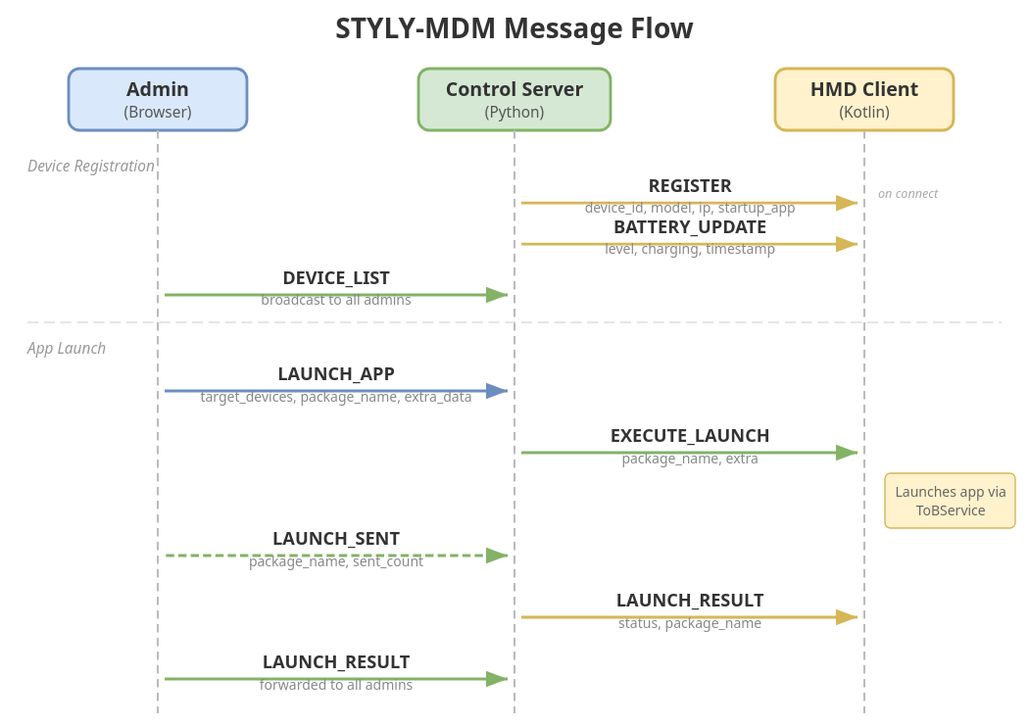
Above: docs/message-flow.drawio.svg in styly-dev/STYLY-MDM (draw.io), before the change. Source tidied: cells renumbered, new cells last; positions are measured from the earlier drawing's top-left corner, leaving out a move shared by most shapes. The source it was exported from:
```xml
<mxGraphModel>
  <root>
    <mxCell id="0" />
    <mxCell id="1" parent="0" />
    <mxCell id="2" value="&lt;font style=&quot;font-size:16px&quot;&gt;&lt;b&gt;STYLY-MDM Message Flow&lt;/b&gt;&lt;/font&gt;" style="text;html=1;align=center;verticalAlign=middle;" parent="1" vertex="1">
      <mxGeometry x="240" width="250" height="30" as="geometry" />
    </mxCell>
    <mxCell id="3" value="&lt;b&gt;Admin&lt;/b&gt;&lt;br&gt;(Browser)" style="rounded=1;whiteSpace=wrap;html=1;fillColor=#dae8fc;strokeColor=#6c8ebf;" parent="1" vertex="1">
      <mxGeometry x="50" y="40" width="120" height="50" as="geometry" />
    </mxCell>
    <mxCell id="4" value="&lt;b&gt;Control Server&lt;/b&gt;&lt;br&gt;(Python)" style="rounded=1;whiteSpace=wrap;html=1;fillColor=#d5e8d4;strokeColor=#82b366;" parent="1" vertex="1">
      <mxGeometry x="300" y="40" width="130" height="50" as="geometry" />
    </mxCell>
    <mxCell id="5" value="&lt;b&gt;HMD Client&lt;/b&gt;&lt;br&gt;(Kotlin)" style="rounded=1;whiteSpace=wrap;html=1;fillColor=#fff2cc;strokeColor=#d6b656;" parent="1" vertex="1">
      <mxGeometry x="560" y="40" width="120" height="50" as="geometry" />
    </mxCell>
    <mxCell id="6" style="endArrow=none;dashed=1;dashPattern=4 4;strokeColor=#999999;" parent="1" edge="1">
      <mxGeometry relative="1" as="geometry">
        <mxPoint x="110" y="90" as="sourcePoint" />
        <mxPoint x="110" y="510" as="targetPoint" />
      </mxGeometry>
    </mxCell>
    <mxCell id="7" style="endArrow=none;dashed=1;dashPattern=4 4;strokeColor=#999999;" parent="1" edge="1">
      <mxGeometry relative="1" as="geometry">
        <mxPoint x="365" y="90" as="sourcePoint" />
        <mxPoint x="365" y="510" as="targetPoint" />
      </mxGeometry>
    </mxCell>
    <mxCell id="8" style="endArrow=none;dashed=1;dashPattern=4 4;strokeColor=#999999;" parent="1" edge="1">
      <mxGeometry relative="1" as="geometry">
        <mxPoint x="620" y="90" as="sourcePoint" />
        <mxPoint x="620" y="510" as="targetPoint" />
      </mxGeometry>
    </mxCell>
    <mxCell id="9" value="&lt;i&gt;Device Registration&lt;/i&gt;" style="text;html=1;align=left;verticalAlign=middle;fontColor=#888888;fontSize=10;" parent="1" vertex="1">
      <mxGeometry y="110" width="130" height="20" as="geometry" />
    </mxCell>
    <mxCell id="10" style="endArrow=block;endFill=1;strokeWidth=2;strokeColor=#d6b656;" parent="1" edge="1">
      <mxGeometry relative="1" as="geometry">
        <mxPoint x="620" y="140" as="sourcePoint" />
        <mxPoint x="365" y="140" as="targetPoint" />
      </mxGeometry>
    </mxCell>
    <mxCell id="11" value="&lt;b&gt;REGISTER&lt;/b&gt;&lt;br&gt;&lt;font style=&quot;font-size:9px;color:#666&quot;&gt;device_id, model, ip&lt;/font&gt;" style="edgeLabel;html=1;align=center;verticalAlign=bottom;" parent="10" vertex="1">
      <mxGeometry x="0.1" relative="1" as="geometry">
        <mxPoint y="-5" as="offset" />
      </mxGeometry>
    </mxCell>
    <mxCell id="12" value="on connect" style="text;html=1;align=left;verticalAlign=middle;fontColor=#999999;fontSize=9;fontStyle=2;" parent="1" vertex="1">
      <mxGeometry x="630" y="130" width="80" height="20" as="geometry" />
    </mxCell>
    <mxCell id="13" style="endArrow=block;endFill=1;strokeWidth=2;strokeColor=#82b366;" parent="1" edge="1">
      <mxGeometry relative="1" as="geometry">
        <mxPoint x="365" y="180" as="sourcePoint" />
        <mxPoint x="110" y="180" as="targetPoint" />
      </mxGeometry>
    </mxCell>
    <mxCell id="14" value="&lt;b&gt;DEVICE_LIST&lt;/b&gt;&lt;br&gt;&lt;font style=&quot;font-size:9px;color:#666&quot;&gt;broadcast to all admins&lt;/font&gt;" style="edgeLabel;html=1;align=center;verticalAlign=bottom;" parent="13" vertex="1">
      <mxGeometry x="0.1" relative="1" as="geometry">
        <mxPoint y="-5" as="offset" />
      </mxGeometry>
    </mxCell>
    <mxCell id="15" style="endArrow=none;dashed=1;dashPattern=8 4;strokeColor=#CCCCCC;" parent="1" edge="1">
      <mxGeometry relative="1" as="geometry">
        <mxPoint x="20" y="220" as="sourcePoint" />
        <mxPoint x="710" y="220" as="targetPoint" />
      </mxGeometry>
    </mxCell>
    <mxCell id="16" value="&lt;i&gt;App Launch&lt;/i&gt;" style="text;html=1;align=left;verticalAlign=middle;fontColor=#888888;fontSize=10;" parent="1" vertex="1">
      <mxGeometry y="230" width="130" height="20" as="geometry" />
    </mxCell>
    <mxCell id="17" style="endArrow=block;endFill=1;strokeWidth=2;strokeColor=#6c8ebf;" parent="1" edge="1">
      <mxGeometry relative="1" as="geometry">
        <mxPoint x="110" y="265" as="sourcePoint" />
        <mxPoint x="365" y="265" as="targetPoint" />
      </mxGeometry>
    </mxCell>
    <mxCell id="18" value="&lt;b&gt;LAUNCH_APP&lt;/b&gt;&lt;br&gt;&lt;font style=&quot;font-size:9px;color:#666&quot;&gt;target_devices, package_name, extra_data&lt;/font&gt;" style="edgeLabel;html=1;align=center;verticalAlign=bottom;" parent="17" vertex="1">
      <mxGeometry x="-0.1" relative="1" as="geometry">
        <mxPoint y="-5" as="offset" />
      </mxGeometry>
    </mxCell>
    <mxCell id="19" style="endArrow=block;endFill=1;strokeWidth=2;strokeColor=#82b366;" parent="1" edge="1">
      <mxGeometry relative="1" as="geometry">
        <mxPoint x="365" y="310" as="sourcePoint" />
        <mxPoint x="620" y="310" as="targetPoint" />
      </mxGeometry>
    </mxCell>
    <mxCell id="20" value="&lt;b&gt;EXECUTE_LAUNCH&lt;/b&gt;&lt;br&gt;&lt;font style=&quot;font-size:9px;color:#666&quot;&gt;package_name, extra&lt;/font&gt;" style="edgeLabel;html=1;align=center;verticalAlign=bottom;" parent="19" vertex="1">
      <mxGeometry x="-0.1" relative="1" as="geometry">
        <mxPoint y="-5" as="offset" />
      </mxGeometry>
    </mxCell>
    <mxCell id="21" value="Launches app via&lt;br&gt;ToBService" style="shape=note;whiteSpace=wrap;html=1;size=14;fillColor=#fff2cc;strokeColor=#d6b656;fontSize=10;align=center;" parent="1" vertex="1">
      <mxGeometry x="640" y="325" width="100" height="45" as="geometry" />
    </mxCell>
    <mxCell id="22" style="endArrow=block;endFill=1;strokeWidth=2;strokeColor=#82b366;dashed=1;" parent="1" edge="1">
      <mxGeometry relative="1" as="geometry">
        <mxPoint x="365" y="385" as="sourcePoint" />
        <mxPoint x="110" y="385" as="targetPoint" />
      </mxGeometry>
    </mxCell>
    <mxCell id="23" value="&lt;b&gt;LAUNCH_SENT&lt;/b&gt;&lt;br&gt;&lt;font style=&quot;font-size:9px;color:#666&quot;&gt;package_name, sent_count&lt;/font&gt;" style="edgeLabel;html=1;align=center;verticalAlign=bottom;" parent="22" vertex="1">
      <mxGeometry x="0.1" relative="1" as="geometry">
        <mxPoint y="-5" as="offset" />
      </mxGeometry>
    </mxCell>
    <mxCell id="24" style="endArrow=block;endFill=1;strokeWidth=2;strokeColor=#d6b656;" parent="1" edge="1">
      <mxGeometry relative="1" as="geometry">
        <mxPoint x="620" y="430" as="sourcePoint" />
        <mxPoint x="365" y="430" as="targetPoint" />
      </mxGeometry>
    </mxCell>
    <mxCell id="25" value="&lt;b&gt;LAUNCH_RESULT&lt;/b&gt;&lt;br&gt;&lt;font style=&quot;font-size:9px;color:#666&quot;&gt;status, package_name&lt;/font&gt;" style="edgeLabel;html=1;align=center;verticalAlign=bottom;" parent="24" vertex="1">
      <mxGeometry x="0.1" relative="1" as="geometry">
        <mxPoint y="-5" as="offset" />
      </mxGeometry>
    </mxCell>
    <mxCell id="26" style="endArrow=block;endFill=1;strokeWidth=2;strokeColor=#82b366;" parent="1" edge="1">
      <mxGeometry relative="1" as="geometry">
        <mxPoint x="365" y="470" as="sourcePoint" />
        <mxPoint x="110" y="470" as="targetPoint" />
      </mxGeometry>
    </mxCell>
    <mxCell id="27" value="&lt;b&gt;LAUNCH_RESULT&lt;/b&gt;&lt;br&gt;&lt;font style=&quot;font-size:9px;color:#666&quot;&gt;forwarded to all admins&lt;/font&gt;" style="edgeLabel;html=1;align=center;verticalAlign=bottom;" parent="26" vertex="1">
      <mxGeometry x="0.1" relative="1" as="geometry">
        <mxPoint y="-5" as="offset" />
      </mxGeometry>
    </mxCell>
  </root>
</mxGraphModel>
```
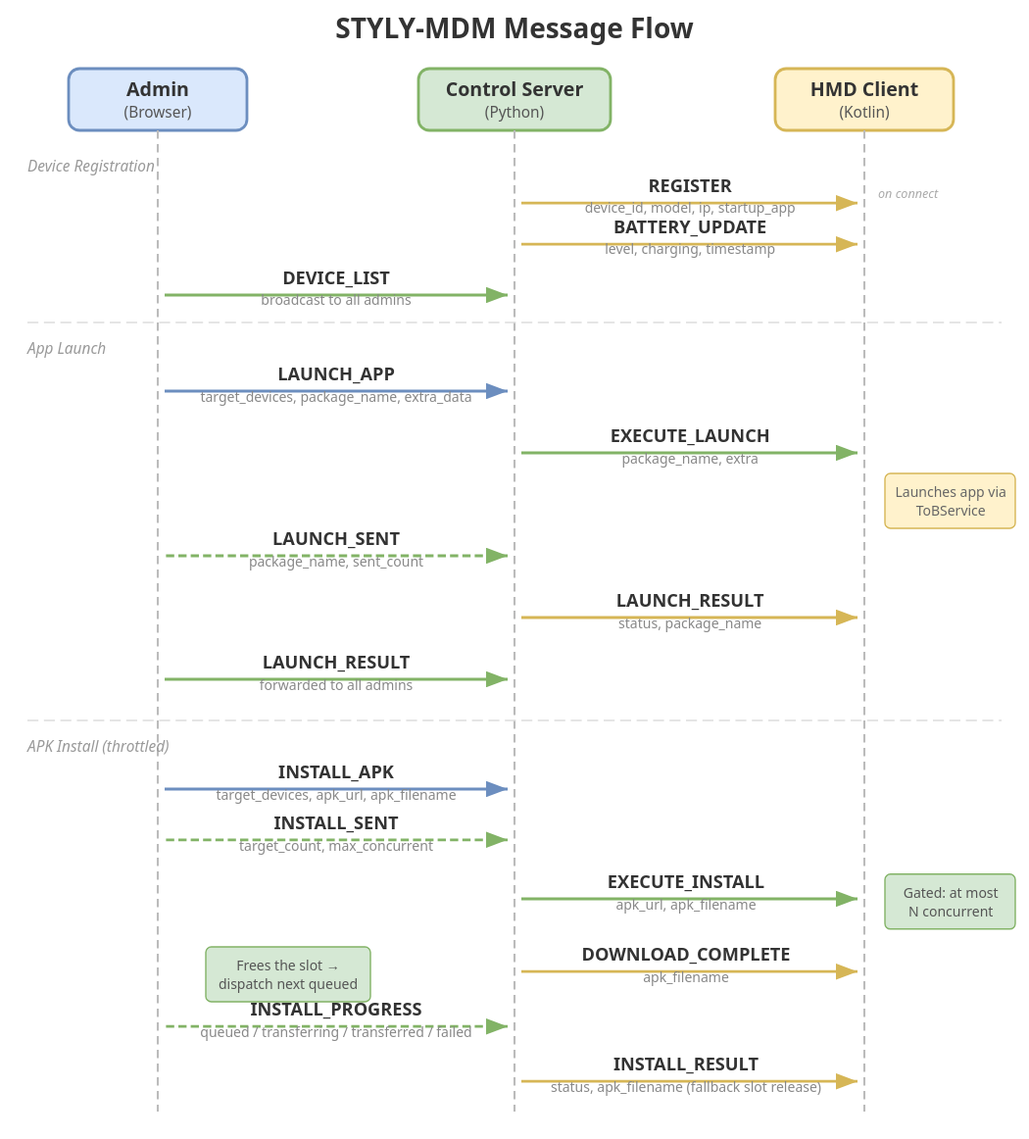
After the commit.

Commit message:
feat: throttle concurrent APK install transfers (#35)

What changed in the source:
```diff
@@ -17,19 +17,19 @@
     <mxCell id="6" style="endArrow=none;dashed=1;dashPattern=4 4;strokeColor=#999999;" parent="1" edge="1">
       <mxGeometry relative="1" as="geometry">
         <mxPoint x="110" y="90" as="sourcePoint" />
-        <mxPoint x="110" y="510" as="targetPoint" />
+        <mxPoint x="110" y="790" as="targetPoint" />
       </mxGeometry>
     </mxCell>
     <mxCell id="7" style="endArrow=none;dashed=1;dashPattern=4 4;strokeColor=#999999;" parent="1" edge="1">
       <mxGeometry relative="1" as="geometry">
         <mxPoint x="365" y="90" as="sourcePoint" />
-        <mxPoint x="365" y="510" as="targetPoint" />
+        <mxPoint x="365" y="790" as="targetPoint" />
       </mxGeometry>
     </mxCell>
     <mxCell id="8" style="endArrow=none;dashed=1;dashPattern=4 4;strokeColor=#999999;" parent="1" edge="1">
       <mxGeometry relative="1" as="geometry">
         <mxPoint x="620" y="90" as="sourcePoint" />
-        <mxPoint x="620" y="510" as="targetPoint" />
+        <mxPoint x="620" y="790" as="targetPoint" />
       </mxGeometry>
     </mxCell>
     <mxCell id="9" value="&lt;i&gt;Device Registration&lt;/i&gt;" style="text;html=1;align=left;verticalAlign=middle;fontColor=#888888;fontSize=10;" parent="1" vertex="1">
@@ -127,5 +127,86 @@
         <mxPoint y="-5" as="offset" />
       </mxGeometry>
     </mxCell>
+    <mxCell id="28" style="endArrow=none;dashed=1;dashPattern=8 4;strokeColor=#CCCCCC;" parent="1" edge="1">
+      <mxGeometry relative="1" as="geometry">
+        <mxPoint x="20" y="495" as="sourcePoint" />
+        <mxPoint x="710" y="495" as="targetPoint" />
+      </mxGeometry>
+    </mxCell>
+    <mxCell id="29" value="&lt;i&gt;APK Install (throttled)&lt;/i&gt;" style="text;html=1;align=left;verticalAlign=middle;fontColor=#888888;fontSize=10;" parent="1" vertex="1">
+      <mxGeometry y="505" width="160" height="20" as="geometry" />
+    </mxCell>
+    <mxCell id="30" style="endArrow=block;endFill=1;strokeWidth=2;strokeColor=#6c8ebf;" parent="1" edge="1">
+      <mxGeometry relative="1" as="geometry">
+        <mxPoint x="110" y="535" as="sourcePoint" />
+        <mxPoint x="365" y="535" as="targetPoint" />
+      </mxGeometry>
+    </mxCell>
+    <mxCell id="31" value="&lt;b&gt;INSTALL_APK&lt;/b&gt;&lt;br&gt;&lt;font style=&quot;font-size:9px;color:#666&quot;&gt;target_devices, apk_url, apk_filename&lt;/font&gt;" style="edgeLabel;html=1;align=center;verticalAlign=bottom;" parent="30" vertex="1">
+      <mxGeometry x="-0.1" relative="1" as="geometry">
+        <mxPoint y="-5" as="offset" />
+      </mxGeometry>
+    </mxCell>
+    <mxCell id="32" style="endArrow=block;endFill=1;strokeWidth=2;strokeColor=#82b366;dashed=1;" parent="1" edge="1">
+      <mxGeometry relative="1" as="geometry">
+        <mxPoint x="365" y="575" as="sourcePoint" />
+        <mxPoint x="110" y="575" as="targetPoint" />
+      </mxGeometry>
+    </mxCell>
+    <mxCell id="33" value="&lt;b&gt;INSTALL_SENT&lt;/b&gt;&lt;br&gt;&lt;font style=&quot;font-size:9px;color:#666&quot;&gt;target_count, max_concurrent&lt;/font&gt;" style="edgeLabel;html=1;align=center;verticalAlign=bottom;" parent="32" vertex="1">
+      <mxGeometry x="0.1" relative="1" as="geometry">
+        <mxPoint y="-5" as="offset" />
+      </mxGeometry>
+    </mxCell>
+    <mxCell id="34" style="endArrow=block;endFill=1;strokeWidth=2;strokeColor=#82b366;" parent="1" edge="1">
+      <mxGeometry relative="1" as="geometry">
+        <mxPoint x="365" y="615" as="sourcePoint" />
+        <mxPoint x="620" y="615" as="targetPoint" />
+      </mxGeometry>
+    </mxCell>
+    <mxCell id="35" value="&lt;b&gt;EXECUTE_INSTALL&lt;/b&gt;&lt;br&gt;&lt;font style=&quot;font-size:9px;color:#666&quot;&gt;apk_url, apk_filename&lt;/font&gt;" style="edgeLabel;html=1;align=center;verticalAlign=bottom;" parent="34" vertex="1">
+      <mxGeometry x="-0.1" relative="1" as="geometry">
+        <mxPoint y="-5" as="offset" />
+      </mxGeometry>
+    </mxCell>
+    <mxCell id="36" value="Gated: at most&amp;lt;br&amp;gt;N concurrent" style="shape=note;whiteSpace=wrap;html=1;size=14;fillColor=#d5e8d4;strokeColor=#82b366;fontSize=10;align=center;" parent="1" vertex="1">
+      <mxGeometry x="640" y="625" width="95" height="45" as="geometry" />
+    </mxCell>
+    <mxCell id="37" style="endArrow=block;endFill=1;strokeWidth=2;strokeColor=#d6b656;" parent="1" edge="1">
+      <mxGeometry relative="1" as="geometry">
+        <mxPoint x="620" y="680" as="sourcePoint" />
+        <mxPoint x="365" y="680" as="targetPoint" />
+      </mxGeometry>
+    </mxCell>
+    <mxCell id="38" value="&lt;b&gt;DOWNLOAD_COMPLETE&lt;/b&gt;&lt;br&gt;&lt;font style=&quot;font-size:9px;color:#666&quot;&gt;apk_filename&lt;/font&gt;" style="edgeLabel;html=1;align=center;verticalAlign=bottom;" parent="37" vertex="1">
+      <mxGeometry x="0.1" relative="1" as="geometry">
+        <mxPoint y="-5" as="offset" />
+      </mxGeometry>
+    </mxCell>
+    <mxCell id="39" value="Frees the slot -&amp;gt;&amp;lt;br&amp;gt;dispatch next queued" style="shape=note;whiteSpace=wrap;html=1;size=14;fillColor=#d5e8d4;strokeColor=#82b366;fontSize=10;align=center;" parent="1" vertex="1">
+      <mxGeometry x="140" y="670" width="140" height="45" as="geometry" />
+    </mxCell>
+    <mxCell id="40" style="endArrow=block;endFill=1;strokeWidth=2;strokeColor=#82b366;dashed=1;" parent="1" edge="1">
+      <mxGeometry relative="1" as="geometry">
+        <mxPoint x="365" y="720" as="sourcePoint" />
+        <mxPoint x="110" y="720" as="targetPoint" />
+      </mxGeometry>
+    </mxCell>
+    <mxCell id="41" value="&lt;b&gt;INSTALL_PROGRESS&lt;/b&gt;&lt;br&gt;&lt;font style=&quot;font-size:9px;color:#666&quot;&gt;queued / transferring / transferred / failed&lt;/font&gt;" style="edgeLabel;html=1;align=center;verticalAlign=bottom;" parent="40" vertex="1">
+      <mxGeometry x="0.1" relative="1" as="geometry">
+        <mxPoint y="-5" as="offset" />
+      </mxGeometry>
+    </mxCell>
+    <mxCell id="42" style="endArrow=block;endFill=1;strokeWidth=2;strokeColor=#d6b656;" parent="1" edge="1">
+      <mxGeometry relative="1" as="geometry">
+        <mxPoint x="620" y="760" as="sourcePoint" />
+        <mxPoint x="365" y="760" as="targetPoint" />
+      </mxGeometry>
+    </mxCell>
+    <mxCell id="43" value="&lt;b&gt;INSTALL_RESULT&lt;/b&gt;&lt;br&gt;&lt;font style=&quot;font-size:9px;color:#666&quot;&gt;status, apk_filename (fallback slot release)&lt;/font&gt;" style="edgeLabel;html=1;align=center;verticalAlign=bottom;" parent="42" vertex="1">
+      <mxGeometry x="0.1" relative="1" as="geometry">
+        <mxPoint y="-5" as="offset" />
+      </mxGeometry>
+    </mxCell>
   </root>
 </mxGraphModel>
```
